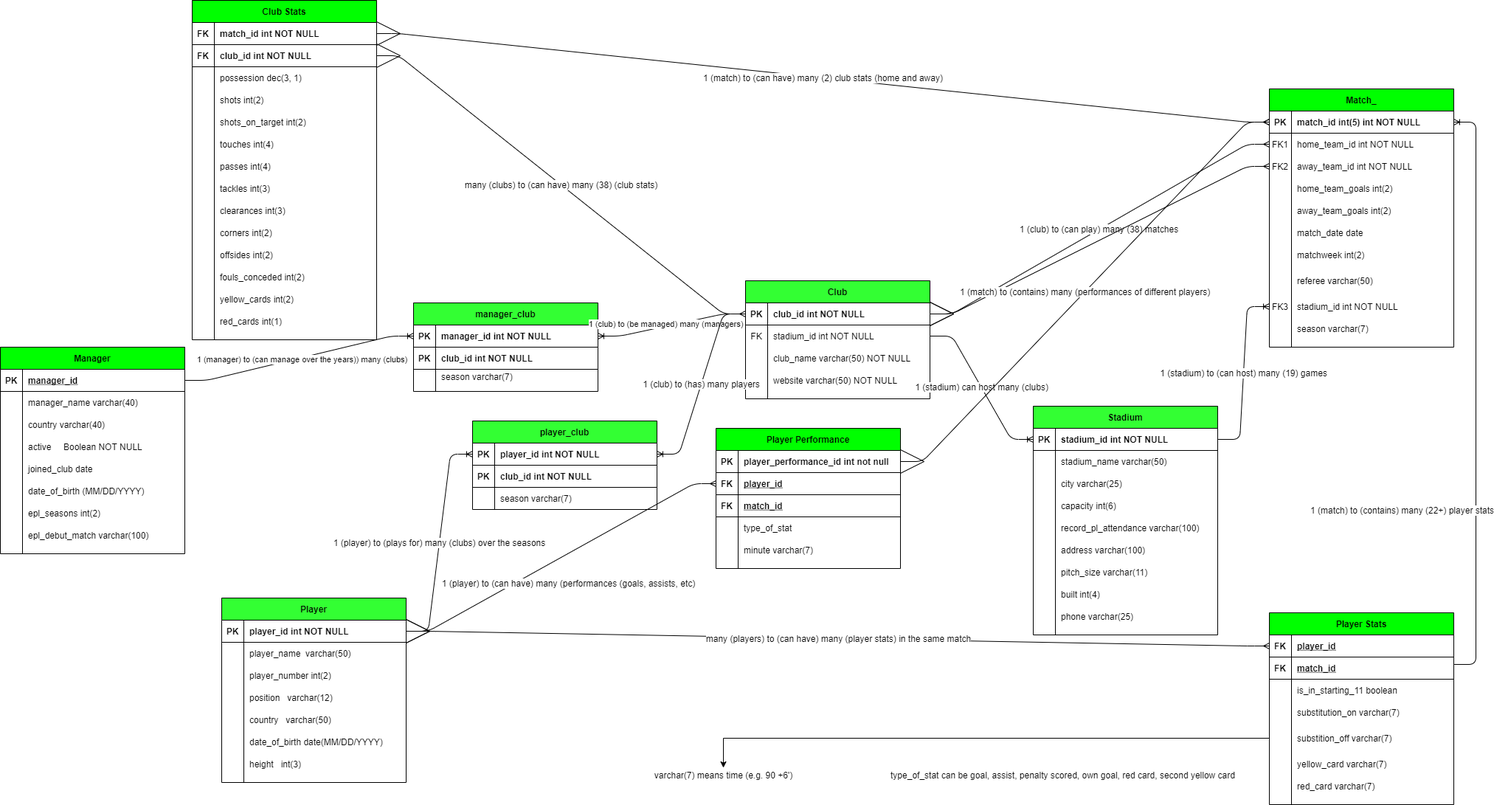
Above: Premier League Database Model.png in narekzamanyan97/Scraped-EPL-Data-Into-a-Database (draw.io), before the change. Source tidied: cells renumbered, new cells last; positions are measured from the earlier drawing's top-left corner, leaving out a move shared by most shapes.
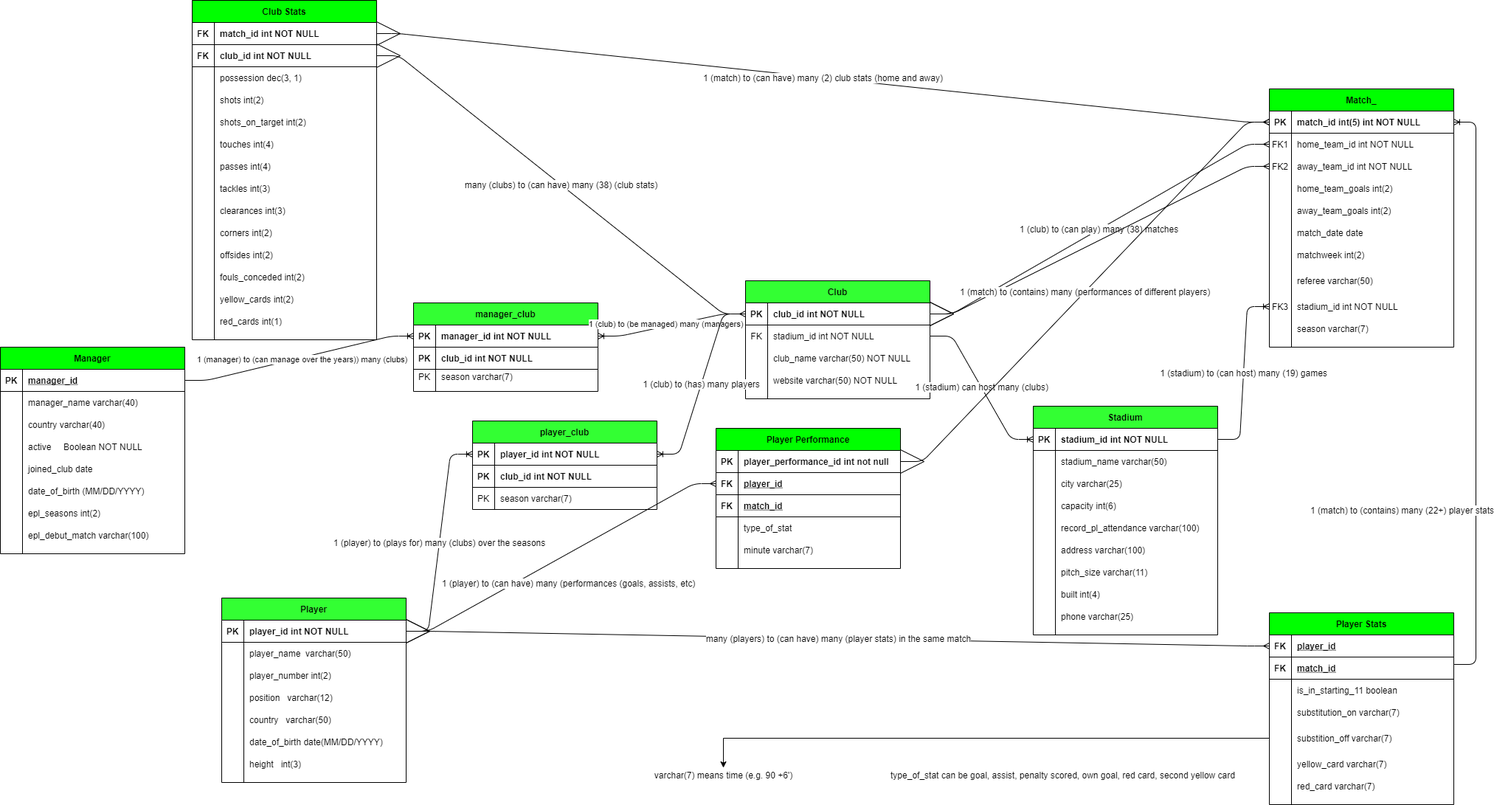
The same diagram one commit later.

Commit message:
Made season field in manager_club and player_club tables a Primary Key as a player/manager can be in a club in different seasons.

The edit, as a diff of the source:
```diff
@@ -667,7 +667,7 @@
     <mxCell id="222" style="shape=partialRectangle;fillColor=none;top=0;left=0;right=0;bottom=0;" parent="215" vertex="1">
       <mxGeometry y="90" width="250" height="30" as="geometry" />
     </mxCell>
-    <mxCell id="223" style="shape=partialRectangle;overflow=hidden;fillColor=none;top=0;left=0;bottom=0;right=0;" parent="222" vertex="1">
+    <mxCell id="223" value="PK" style="shape=partialRectangle;overflow=hidden;fillColor=none;top=0;left=0;bottom=0;right=0;" parent="222" vertex="1">
       <mxGeometry width="30" height="30" as="geometry" />
     </mxCell>
     <mxCell id="224" value="season varchar(7)" style="shape=partialRectangle;overflow=hidden;fillColor=none;top=0;left=0;bottom=0;right=0;align=left;spacingLeft=6;" parent="222" vertex="1">
@@ -697,7 +697,7 @@
     <mxCell id="232" style="shape=partialRectangle;fillColor=none;top=0;left=0;right=0;bottom=0;" parent="225" vertex="1">
       <mxGeometry y="90" width="250" height="20" as="geometry" />
     </mxCell>
-    <mxCell id="233" style="shape=partialRectangle;overflow=hidden;fillColor=none;top=0;left=0;bottom=0;right=0;" parent="232" vertex="1">
+    <mxCell id="233" value="PK" style="shape=partialRectangle;overflow=hidden;fillColor=none;top=0;left=0;bottom=0;right=0;" parent="232" vertex="1">
       <mxGeometry width="30" height="20" as="geometry" />
     </mxCell>
     <mxCell id="234" value="season varchar(7)" style="shape=partialRectangle;overflow=hidden;fillColor=none;top=0;left=0;bottom=0;right=0;align=left;spacingLeft=6;" parent="232" vertex="1">
```
